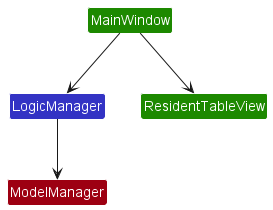
This is docs/images/MainWindowRelationships.png from nus-cs2103-AY2223S1/tp, a PlantUML export, as it was before one commit.
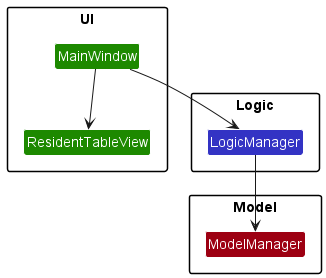
After the change.

Diff of the diagram source:
```diff
@@ -1,12 +1,23 @@
 @startuml
 !include ../style.puml
 
+package UI {
 Class MainWindow UI_COLOR
+Class ResidentTableView UI_COLOR
+}
+
+package Logic {
 Class LogicManager LOGIC_COLOR
+}
+
+package Model {
 Class ModelManager MODEL_COLOR
-Class ResidentTableView UI_COLOR
+}
+
 
 MainWindow --> LogicManager
 MainWindow --> ResidentTableView
 LogicManager --> ModelManager
+
+
 @enduml
```
